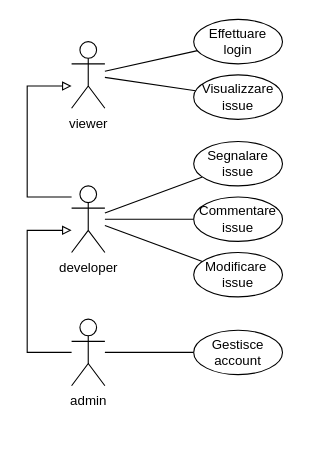
Before: docs/diagrams/drawio/UseCase_Diagram.drawio in PierluigiFrascogna/BugBoard26, a draw.io diagram. Source tidied: cells renumbered, new cells numbered last; positions are measured from the earlier drawing's top-left corner, leaving out a move shared by most shapes. Both pictures are drawn from the tidied source at 111%, with x=0, y=0 at pixel (27, 19).
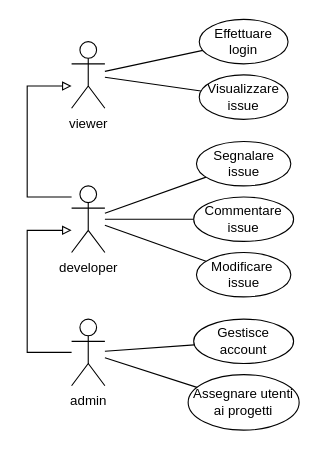
The same page after the edit.

Commit message (it also covers changes not shown here):
Modificato Use Case Diagram

The change refers to these unchanged cells:
```xml
<mxCell id="6" value="admin" style="shape=umlActor;verticalLabelPosition=bottom;verticalAlign=top;html=1;outlineConnect=0;" parent="1" vertex="1">
  <mxGeometry x="40" y="270" width="30" height="60" as="geometry" />
</mxCell>
```

Change to the diagram source:
```diff
@@
     <mxCell id="13" value="Segnalare issue" style="ellipse;whiteSpace=wrap;html=1;" parent="1" vertex="1">
-      <mxGeometry x="150" y="110" width="80" height="40" as="geometry" />
+      <mxGeometry x="152.5" y="110" width="85" height="40" as="geometry" />
     </mxCell>
     <mxCell id="14" value="Effettuare login" style="ellipse;whiteSpace=wrap;html=1;" parent="1" vertex="1">
-      <mxGeometry x="150" width="80" height="40" as="geometry" />
+      <mxGeometry x="155" width="80" height="40" as="geometry" />
     </mxCell>
     <mxCell id="15" value="Visualizzare issue" style="ellipse;whiteSpace=wrap;html=1;" parent="1" vertex="1">
-      <mxGeometry x="150" y="50" width="80" height="40" as="geometry" />
+      <mxGeometry x="155" y="50" width="80" height="40" as="geometry" />
     </mxCell>
     <mxCell id="16" value="Commentare issue" style="ellipse;whiteSpace=wrap;html=1;" parent="1" vertex="1">
-      <mxGeometry x="150" y="160" width="80" height="40" as="geometry" />
+      <mxGeometry x="150" y="160" width="90" height="40" as="geometry" />
     </mxCell>
     <mxCell id="17" value="Gestisce account" style="ellipse;whiteSpace=wrap;html=1;" parent="1" vertex="1">
-      <mxGeometry x="150" y="280" width="80" height="40" as="geometry" />
+      <mxGeometry x="150" y="270" width="90" height="40" as="geometry" />
     </mxCell>
     <mxCell id="18" value="Modificare&amp;nbsp;&lt;div&gt;&lt;span style=&quot;background-color: transparent; color: light-dark(rgb(0, 0, 0), rgb(255, 255, 255));&quot;&gt;issue&lt;/span&gt;&lt;/div&gt;" style="ellipse;whiteSpace=wrap;html=1;" parent="1" vertex="1">
-      <mxGeometry x="150" y="210" width="80" height="40" as="geometry" />
+      <mxGeometry x="152.5" y="210" width="85" height="40" as="geometry" />
     </mxCell>
+    <mxCell id="19" value="Assegnare utenti ai progetti" style="ellipse;whiteSpace=wrap;html=1;" parent="1" vertex="1">
+      <mxGeometry x="145" y="320" width="100" height="50" as="geometry" />
+    </mxCell>
+    <mxCell id="20" style="rounded=0;jettySize=auto;html=1;endArrow=none;startFill=0;" parent="1" edge="1" source="6" target="19">
+      <mxGeometry relative="1" as="geometry" />
+    </mxCell>
```
